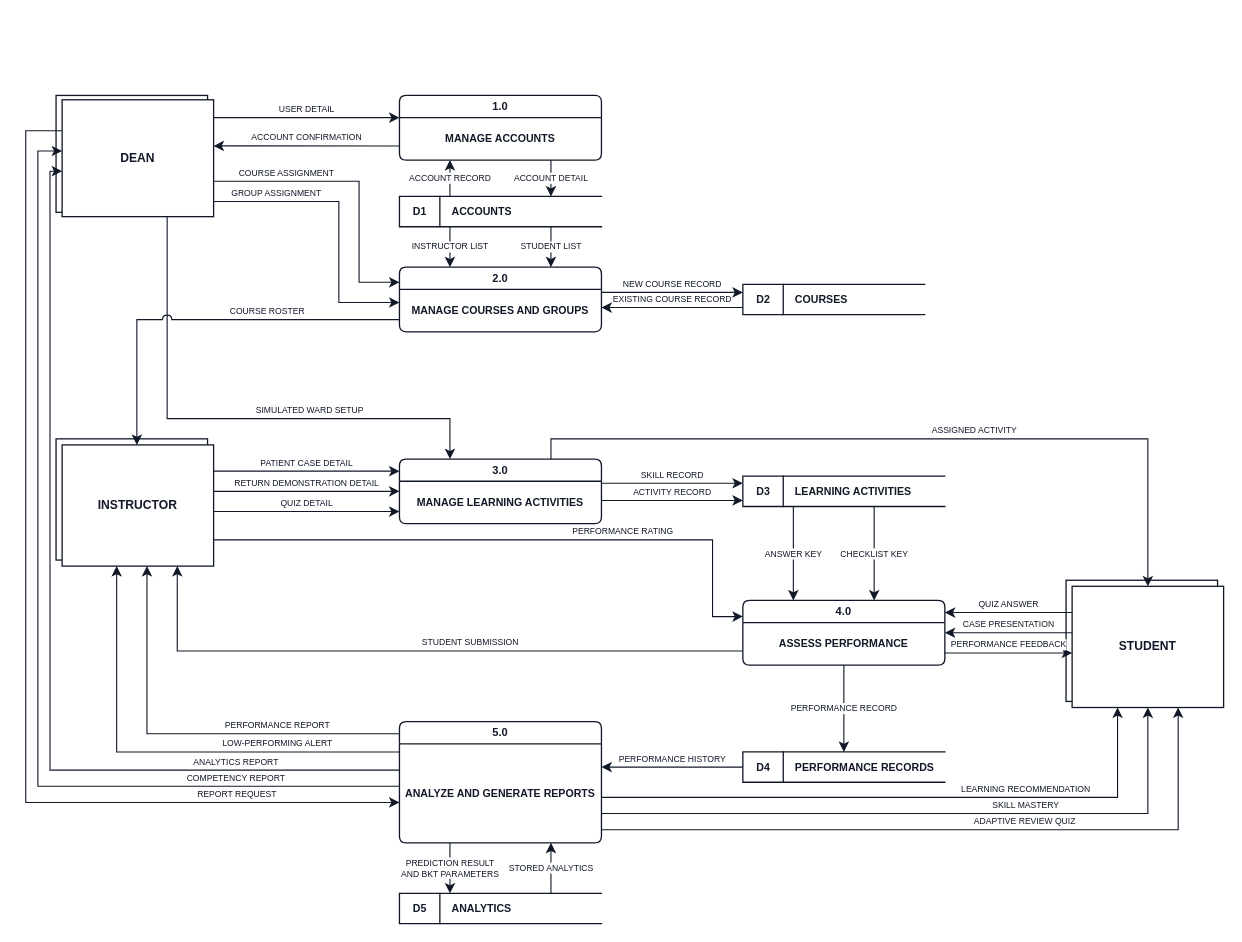
This is docs/diagrams/data-flow-diagram.drawio from mdk-zero/icare, a draw.io file, before an edit. Source tidied: cells renumbered, new cells numbered last; positions are measured from the earlier drawing's top-left corner, leaving out a move shared by most shapes. Both pictures are drawn from the tidied source at 101%, with x=0, y=0 at pixel (25, 95).
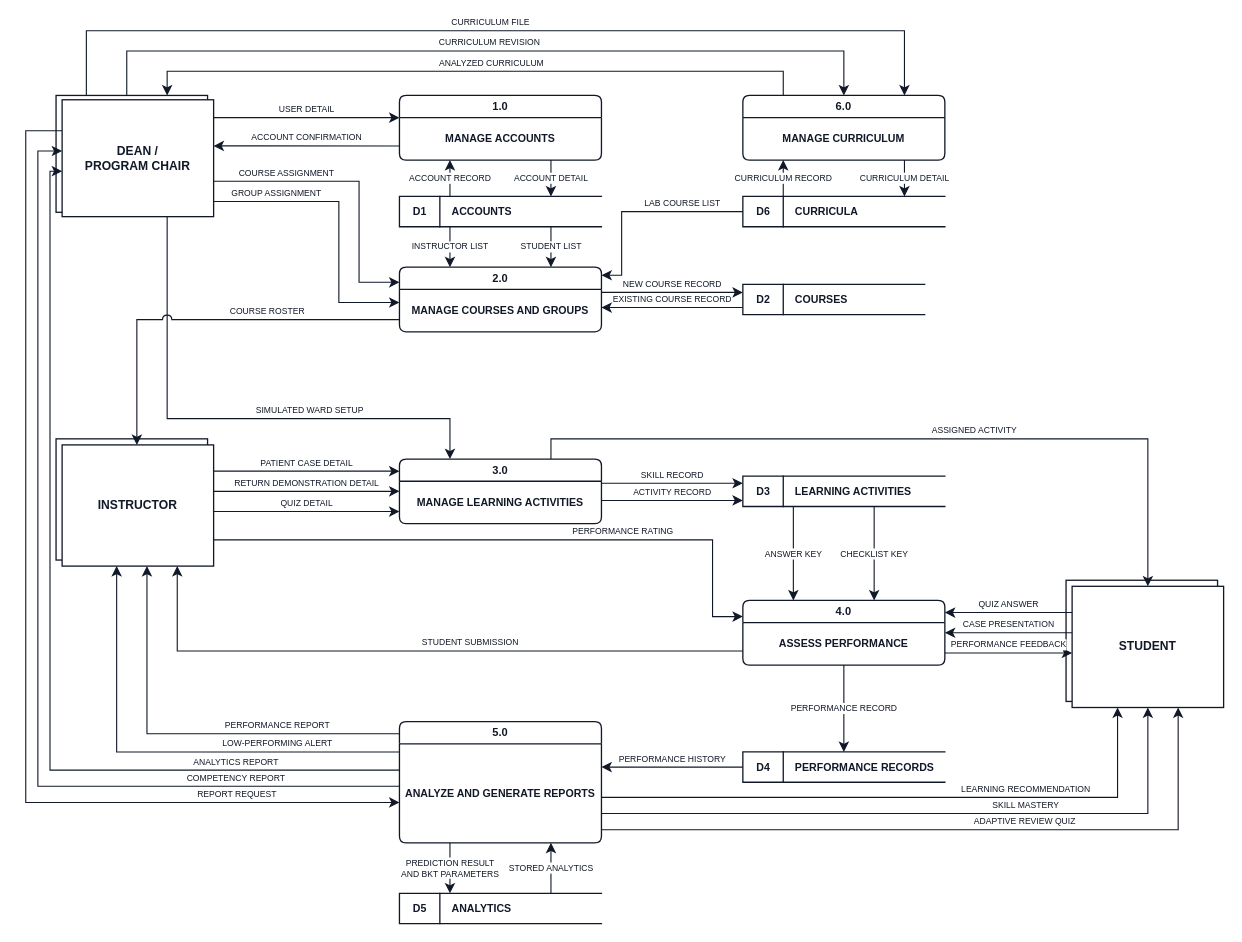
After the change.

Commit message (it also covers changes not shown here):
docs(diagrams): show curriculum management in the context and data flow diagrams

Unchanged cells that the change refers to:
```xml
<mxCell id="4" value="2.0" style="swimlane;rounded=1;arcSize=10;startSize=22;html=1;whiteSpace=wrap;fillColor=#ffffff;swimlaneFillColor=#ffffff;strokeColor=#111827;strokeWidth=1.3;fontSize=11;fontStyle=1;fontColor=#111827;fontFamily=Helvetica;" parent="1" vertex="1">
  <mxGeometry x="370" y="170" width="200" height="64" as="geometry" />
</mxCell>
<mxCell id="22" style="group;" parent="1" vertex="1">
  <mxGeometry x="30" width="156" height="120" as="geometry" />
</mxCell>
<mxCell id="23" style="rounded=0;html=1;whiteSpace=wrap;fillColor=#ffffff;strokeColor=#111827;strokeWidth=1.3;fontFamily=Helvetica;" parent="22" vertex="1">
  <mxGeometry width="150" height="115.7" as="geometry" />
</mxCell>
```

Diff of the diagram source:
```diff
@@
+    <mxCell id="68" value="6.0" style="swimlane;rounded=1;arcSize=10;startSize=22;html=1;whiteSpace=wrap;fillColor=#ffffff;swimlaneFillColor=#ffffff;strokeColor=#111827;strokeWidth=1.3;fontSize=11;fontStyle=1;fontColor=#111827;fontFamily=Helvetica;" parent="1" vertex="1">
+      <mxGeometry x="710" width="200" height="64" as="geometry" />
+    </mxCell>
+    <mxCell id="69" value="MANAGE CURRICULUM" style="text;html=1;align=center;verticalAlign=middle;whiteSpace=wrap;fontSize=10.5;fontStyle=1;fontColor=#111827;spacing=6;fontFamily=Helvetica;" parent="68" vertex="1">
+      <mxGeometry y="22" width="200" height="42" as="geometry" />
+    </mxCell>
+    <mxCell id="70" value="CURRICULA" style="shape=partialRectangle;right=0;html=1;whiteSpace=wrap;align=left;spacingLeft=50;fillColor=#ffffff;strokeColor=#111827;strokeWidth=1.3;fontSize=10.5;fontStyle=1;fontColor=#111827;fontFamily=Helvetica;" parent="1" vertex="1">
+      <mxGeometry x="710" y="100" width="200" height="30" as="geometry" />
+    </mxCell>
+    <mxCell id="71" value="D6" style="shape=partialRectangle;top=0;bottom=0;left=0;right=1;html=1;fillColor=none;strokeColor=#111827;strokeWidth=1.3;fontSize=10.5;fontStyle=1;fontColor=#111827;fontFamily=Helvetica;" parent="70" vertex="1">
+      <mxGeometry width="40" height="30" as="geometry" />
+    </mxCell>
@@
-    <mxCell id="24" value="DEAN" style="rounded=0;html=1;whiteSpace=wrap;fillColor=#ffffff;strokeColor=#111827;strokeWidth=1.3;fontFamily=Helvetica;fontSize=12;fontStyle=1;fontColor=#111827;" parent="22" vertex="1">
+    <mxCell id="24" value="DEAN / &lt;br&gt;PROGRAM CHAIR" style="rounded=0;html=1;whiteSpace=wrap;fillColor=#ffffff;strokeColor=#111827;strokeWidth=1.3;fontFamily=Helvetica;fontSize=12;fontStyle=1;fontColor=#111827;" parent="22" vertex="1">
       <mxGeometry x="6" y="4.3" width="150" height="115.7" as="geometry" />
     </mxCell>
@@
+    <mxCell id="72" value="CURRICULUM RECORD" style="edgeStyle=orthogonalEdgeStyle;rounded=0;html=1;jumpStyle=arc;jumpSize=9;strokeColor=#111827;strokeWidth=1.1;endArrow=classic;endFill=1;endSize=7;fontSize=8.5;fontColor=#111827;labelBackgroundColor=#ffffff;fontFamily=Helvetica;exitX=0.2;exitY=0.0;exitDx=0;exitDy=0;entryX=0.2;entryY=1.0;entryDx=0;entryDy=0;" parent="1" edge="1" source="70" target="68">
+      <mxGeometry relative="1" as="geometry" />
+    </mxCell>
+    <mxCell id="73" value="CURRICULUM DETAIL" style="edgeStyle=orthogonalEdgeStyle;rounded=0;html=1;jumpStyle=arc;jumpSize=9;strokeColor=#111827;strokeWidth=1.1;endArrow=classic;endFill=1;endSize=7;fontSize=8.5;fontColor=#111827;labelBackgroundColor=#ffffff;fontFamily=Helvetica;exitX=0.8;exitY=1.0;exitDx=0;exitDy=0;entryX=0.8;entryY=0.0;entryDx=0;entryDy=0;" parent="1" edge="1" source="68" target="70">
+      <mxGeometry relative="1" as="geometry" />
+    </mxCell>
+    <mxCell id="74" value="LAB COURSE LIST" style="edgeStyle=orthogonalEdgeStyle;rounded=0;html=1;jumpStyle=arc;jumpSize=9;strokeColor=#111827;strokeWidth=1.1;endArrow=classic;endFill=1;endSize=7;fontSize=8.5;fontColor=#111827;labelBackgroundColor=#ffffff;fontFamily=Helvetica;exitX=0.0;exitY=0.5;exitDx=0;exitDy=0;entryX=1.0;entryY=0.125;entryDx=0;entryDy=0;" parent="1" edge="1" source="70" target="4">
+      <mxGeometry x="-0.41" relative="1" as="geometry">
+        <Array as="points">
+          <mxPoint x="590" y="115" />
+          <mxPoint x="590" y="178" />
+        </Array>
+        <mxPoint y="-8" as="offset" />
+      </mxGeometry>
+    </mxCell>
+    <mxCell id="75" value="CURRICULUM FILE" style="edgeStyle=orthogonalEdgeStyle;rounded=0;html=1;jumpStyle=arc;jumpSize=9;strokeColor=#111827;strokeWidth=1.1;endArrow=classic;endFill=1;endSize=7;fontSize=8.5;fontColor=#111827;labelBackgroundColor=#ffffff;fontFamily=Helvetica;exitX=0.2;exitY=0.0;exitDx=0;exitDy=0;entryX=0.8;entryY=0.0;entryDx=0;entryDy=0;" parent="1" edge="1" source="23" target="68">
+      <mxGeometry x="-0.01" relative="1" as="geometry">
+        <Array as="points">
+          <mxPoint x="60" y="-64" />
+          <mxPoint x="870" y="-64" />
+        </Array>
+        <mxPoint y="-8" as="offset" />
+      </mxGeometry>
+    </mxCell>
+    <mxCell id="76" value="CURRICULUM REVISION" style="edgeStyle=orthogonalEdgeStyle;rounded=0;html=1;jumpStyle=arc;jumpSize=9;strokeColor=#111827;strokeWidth=1.1;endArrow=classic;endFill=1;endSize=7;fontSize=8.5;fontColor=#111827;labelBackgroundColor=#ffffff;fontFamily=Helvetica;exitX=0.4667;exitY=0.0;exitDx=0;exitDy=0;entryX=0.5;entryY=0.0;entryDx=0;entryDy=0;" parent="1" edge="1" source="23" target="68">
+      <mxGeometry x="0.01" relative="1" as="geometry">
+        <Array as="points">
+          <mxPoint x="100" y="-44" />
+          <mxPoint x="810" y="-44" />
+        </Array>
+        <mxPoint y="-8" as="offset" />
+      </mxGeometry>
+    </mxCell>
+    <mxCell id="77" value="ANALYZED CURRICULUM" style="edgeStyle=orthogonalEdgeStyle;rounded=0;html=1;jumpStyle=arc;jumpSize=9;strokeColor=#111827;strokeWidth=1.1;endArrow=classic;endFill=1;endSize=7;fontSize=8.5;fontColor=#111827;labelBackgroundColor=#ffffff;fontFamily=Helvetica;exitX=0.2;exitY=0.0;exitDx=0;exitDy=0;entryX=0.7333;entryY=0.0;entryDx=0;entryDy=0;" parent="1" edge="1" source="68" target="23">
+      <mxGeometry x="-0.05" relative="1" as="geometry">
+        <Array as="points">
+          <mxPoint x="750" y="-24" />
+          <mxPoint x="140" y="-24" />
+        </Array>
+        <mxPoint y="-8" as="offset" />
+      </mxGeometry>
+    </mxCell>
```
